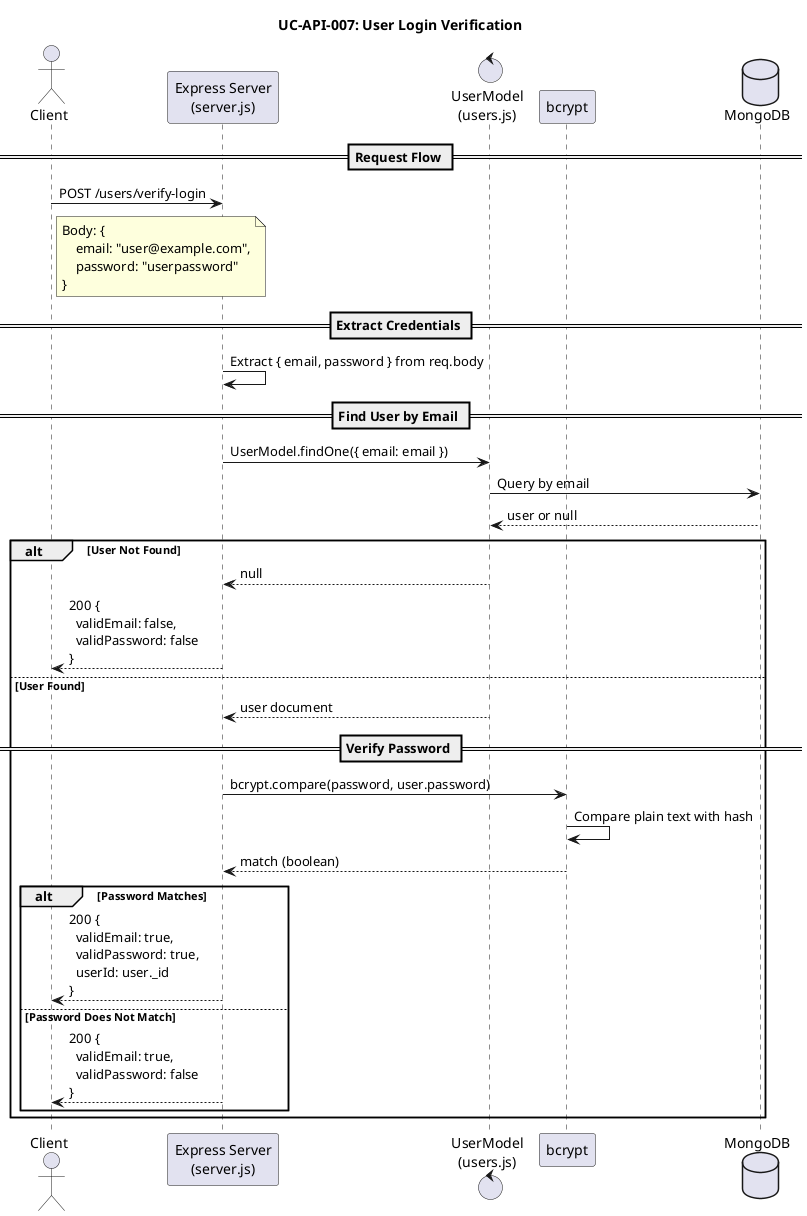
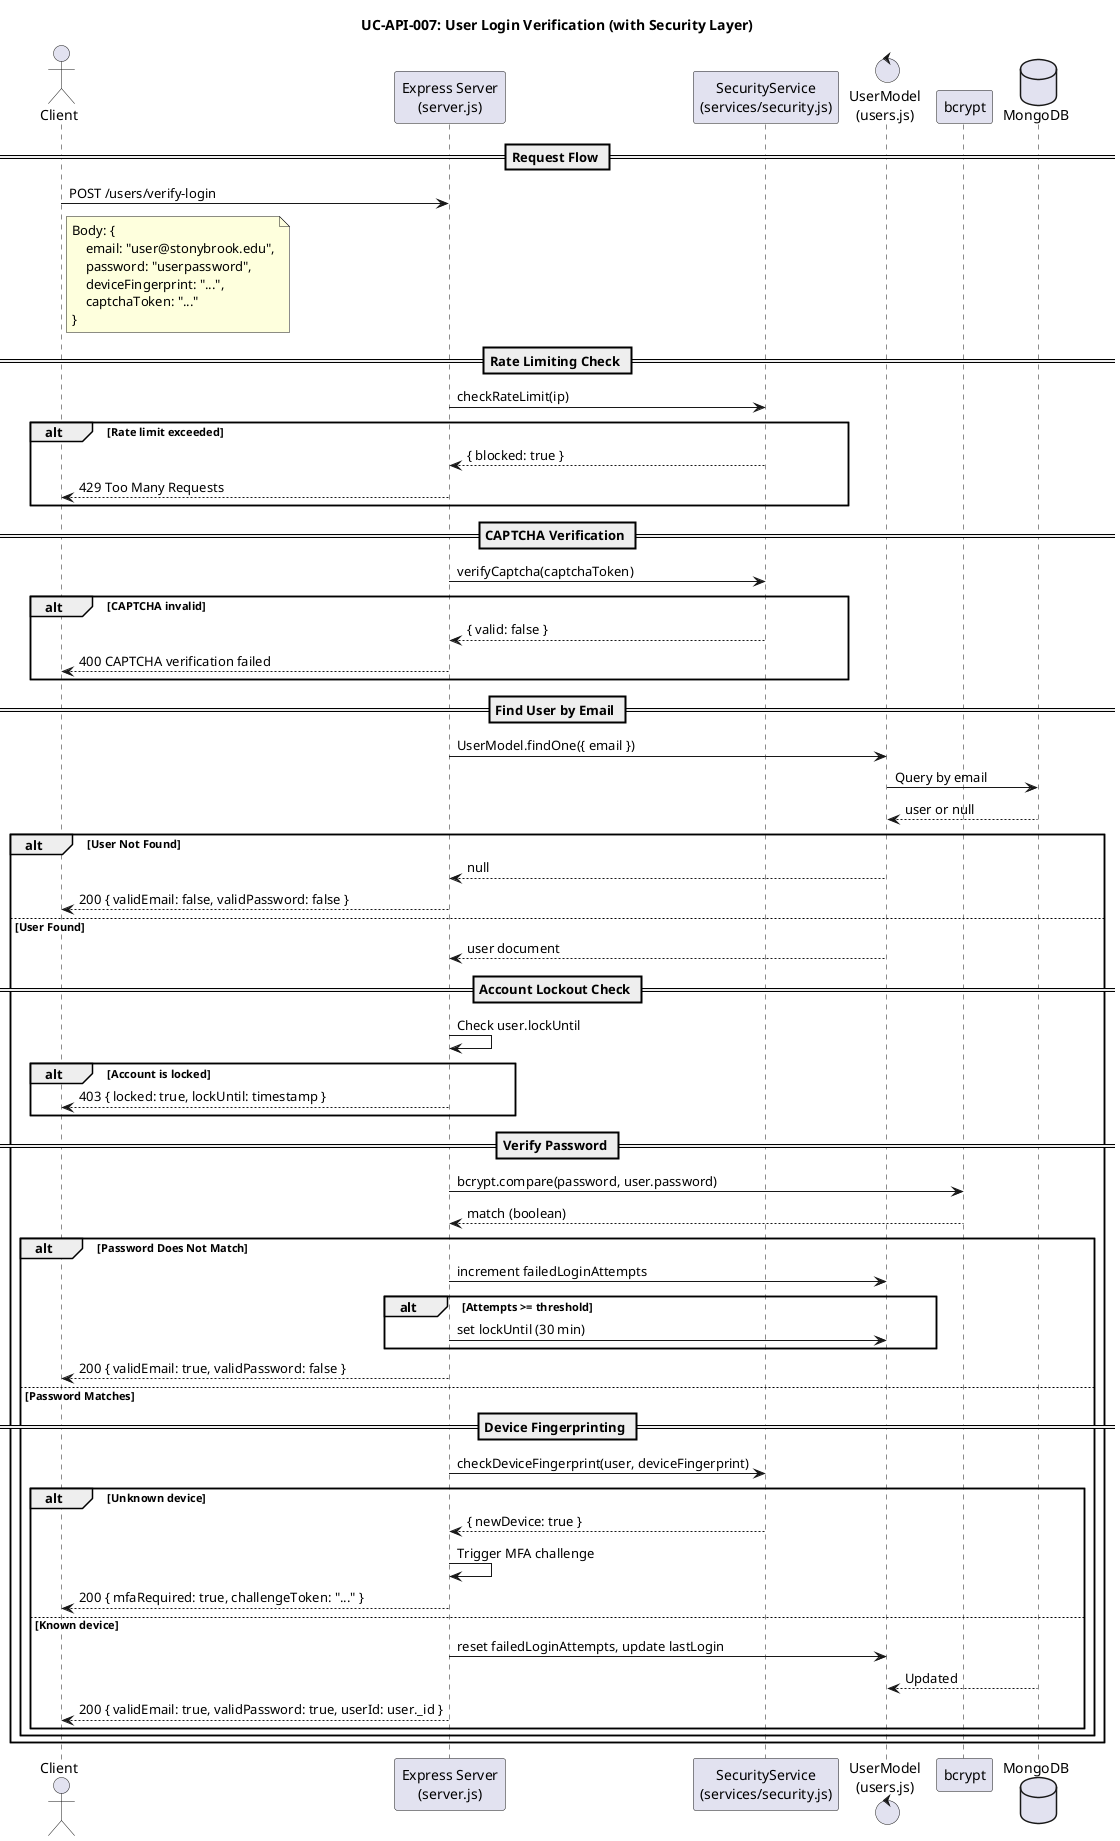
@startuml
- title UC-API-007: User Login Verification
+ title UC-API-007: User Login Verification (with Security Layer)

actor "Client" as client
participant "Express Server\n(server.js)" as express
+ participant "SecurityService\n(services/security.js)" as security
control "UserModel\n(users.js)" as userModel
participant "bcrypt" as bcrypt
database "MongoDB" as mongodb

== Request Flow ==
client -> express : POST /users/verify-login
note right of client
    Body: {
-         email: "user@example.com",
-         password: "userpassword"
+         email: "user@stonybrook.edu",
+         password: "userpassword",
+         deviceFingerprint: "...",
+         captchaToken: "..."
    }
end note

- == Extract Credentials ==
- express -> express : Extract { email, password } from req.body
+ == Rate Limiting Check ==
+ express -> security : checkRateLimit(ip)
+ alt Rate limit exceeded
+     security --> express : { blocked: true }
+     express --> client : 429 Too Many Requests
+ end
+ 
+ == CAPTCHA Verification ==
+ express -> security : verifyCaptcha(captchaToken)
+ alt CAPTCHA invalid
+     security --> express : { valid: false }
+     express --> client : 400 CAPTCHA verification failed
+ end

== Find User by Email ==
- express -> userModel : UserModel.findOne({ email: email })
+ express -> userModel : UserModel.findOne({ email })
userModel -> mongodb : Query by email
mongodb --> userModel : user or null

alt User Not Found
    userModel --> express : null
-     express --> client : 200 {\n  validEmail: false,\n  validPassword: false\n}
+     express --> client : 200 { validEmail: false, validPassword: false }
else User Found
    userModel --> express : user document

+     == Account Lockout Check ==
+     express -> express : Check user.lockUntil
+     alt Account is locked
+         express --> client : 403 { locked: true, lockUntil: timestamp }
+     end
+ 
    == Verify Password ==
    express -> bcrypt : bcrypt.compare(password, user.password)
-     bcrypt -> bcrypt : Compare plain text with hash
    bcrypt --> express : match (boolean)

-     alt Password Matches
-         express --> client : 200 {\n  validEmail: true,\n  validPassword: true,\n  userId: user._id\n}
-     else Password Does Not Match
-         express --> client : 200 {\n  validEmail: true,\n  validPassword: false\n}
+     alt Password Does Not Match
+         express -> userModel : increment failedLoginAttempts
+         alt Attempts >= threshold
+             express -> userModel : set lockUntil (30 min)
+         end
+         express --> client : 200 { validEmail: true, validPassword: false }
+     else Password Matches
+ 
+         == Device Fingerprinting ==
+         express -> security : checkDeviceFingerprint(user, deviceFingerprint)
+         alt Unknown device
+             security --> express : { newDevice: true }
+             express -> express : Trigger MFA challenge
+             express --> client : 200 { mfaRequired: true, challengeToken: "..." }
+         else Known device
+             express -> userModel : reset failedLoginAttempts, update lastLogin
+             mongodb --> userModel : Updated
+             express --> client : 200 { validEmail: true, validPassword: true, userId: user._id }
+         end
    end
end

@enduml
- 
